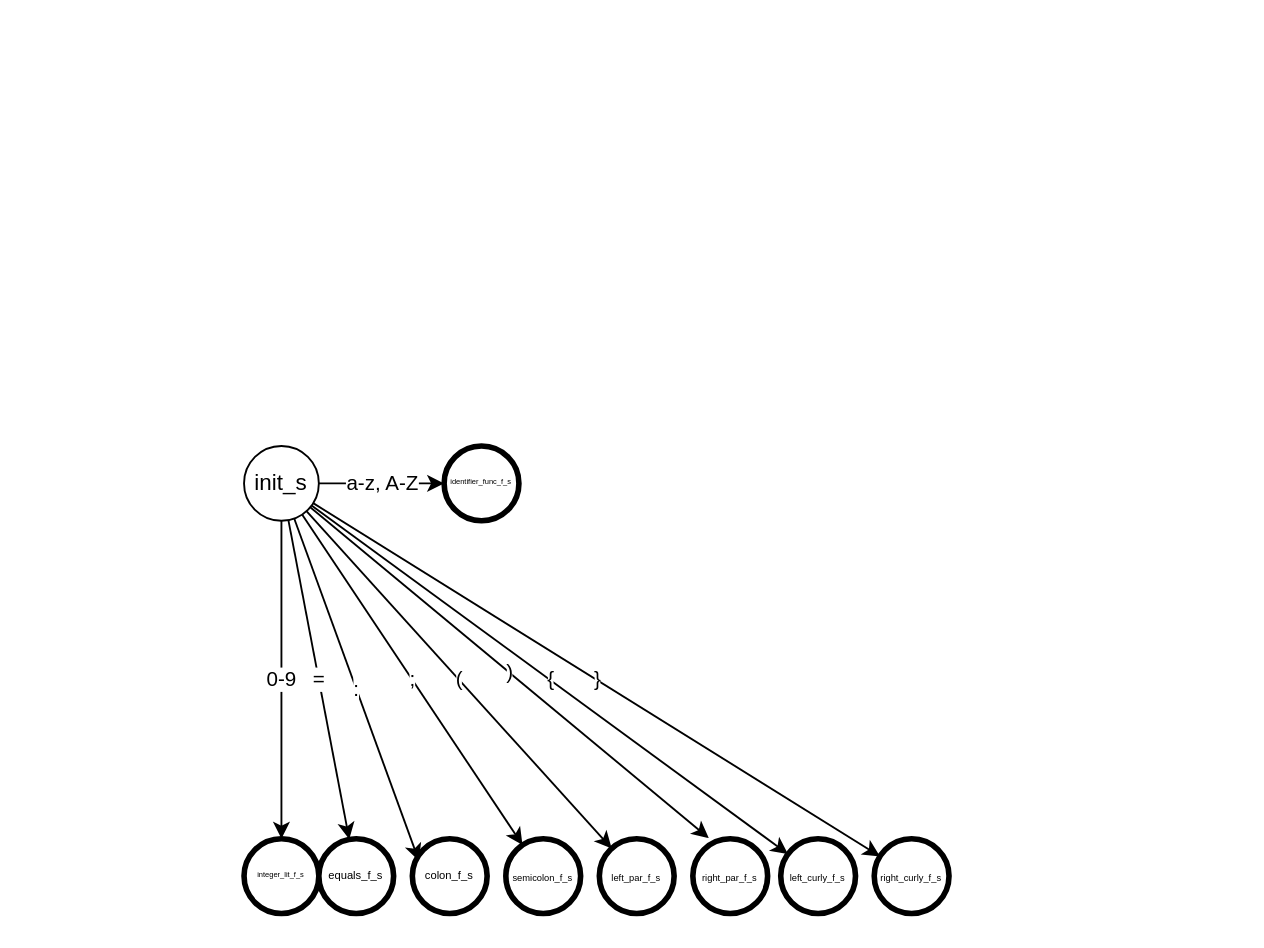
Before: automat.drawio in vlccek/IFJ22, a draw.io diagram. Source tidied: cells renumbered, new cells numbered last; positions are measured from the earlier drawing's top-left corner, leaving out a move shared by most shapes. Both pictures are drawn from the tidied source at 187%, with x=0, y=0 at pixel (243, 445).
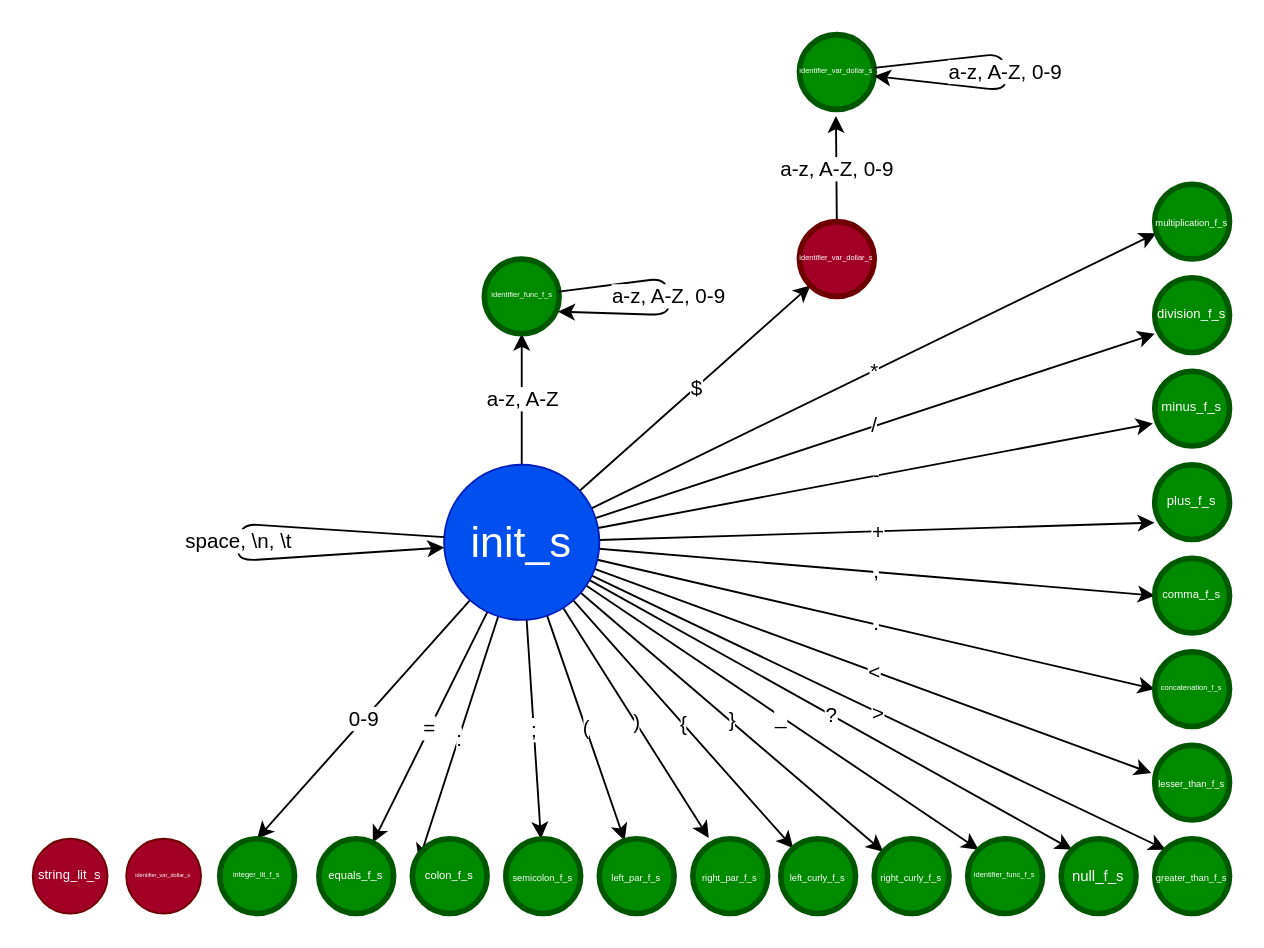
Above is the later version.

Commit message:
second commit for good measure

Diff of the diagram source:
```diff
@@
-    <mxCell id="2" value="a-z, A-Z" style="edgeStyle=none;html=1;entryX=0;entryY=0.5;entryDx=0;entryDy=0;" parent="1" edge="1" source="11" target="12">
+    <mxCell id="2" value="a-z, A-Z" style="edgeStyle=none;html=1;entryX=0.5;entryY=1;entryDx=0;entryDy=0;" parent="1" edge="1" source="11" target="12">
       <mxGeometry relative="1" as="geometry" />
     </mxCell>
-    <mxCell id="3" value="0-9" style="edgeStyle=none;html=1;exitX=0.5;exitY=1;exitDx=0;exitDy=0;entryX=0.5;entryY=0;entryDx=0;entryDy=0;fontSize=11;" parent="1" edge="1" source="11" target="13">
+    <mxCell id="3" value="0-9" style="edgeStyle=none;html=1;entryX=0.5;entryY=0;entryDx=0;entryDy=0;fontSize=11;" parent="1" edge="1" source="11" target="13">
       <mxGeometry relative="1" as="geometry" />
     </mxCell>
@@
+    <mxCell id="21" value="_" style="edgeStyle=none;html=1;entryX=0;entryY=0;entryDx=0;entryDy=0;fontSize=11;" parent="1" edge="1" source="11" target="33">
+      <mxGeometry relative="1" as="geometry" />
+    </mxCell>
+    <mxCell id="22" value="?" style="edgeStyle=none;html=1;entryX=0;entryY=0;entryDx=0;entryDy=0;fontSize=11;" parent="1" edge="1" source="11" target="34">
+      <mxGeometry relative="1" as="geometry" />
+    </mxCell>
+    <mxCell id="23" value="&amp;gt;" style="edgeStyle=none;html=1;entryX=0;entryY=0;entryDx=0;entryDy=0;fontSize=11;" parent="1" edge="1" source="11" target="35">
+      <mxGeometry relative="1" as="geometry" />
+    </mxCell>
+    <mxCell id="24" value="&amp;lt;" style="edgeStyle=none;html=1;entryX=-0.046;entryY=0.373;entryDx=0;entryDy=0;entryPerimeter=0;fontSize=11;" parent="1" edge="1" source="11" target="43">
+      <mxGeometry relative="1" as="geometry" />
+    </mxCell>
+    <mxCell id="25" value="." style="edgeStyle=none;html=1;entryX=0;entryY=0.5;entryDx=0;entryDy=0;fontSize=11;" parent="1" edge="1" source="11" target="37">
+      <mxGeometry relative="1" as="geometry" />
+    </mxCell>
+    <mxCell id="26" value="," style="edgeStyle=none;html=1;entryX=0;entryY=0.5;entryDx=0;entryDy=0;fontSize=11;" parent="1" edge="1" source="11" target="38">
+      <mxGeometry relative="1" as="geometry" />
+    </mxCell>
+    <mxCell id="27" value="+" style="edgeStyle=none;html=1;entryX=-0.002;entryY=0.775;entryDx=0;entryDy=0;entryPerimeter=0;fontSize=11;" parent="1" edge="1" source="11" target="39">
+      <mxGeometry relative="1" as="geometry" />
+    </mxCell>
+    <mxCell id="28" value="-" style="edgeStyle=none;html=1;entryX=-0.024;entryY=0.699;entryDx=0;entryDy=0;entryPerimeter=0;fontSize=11;" parent="1" edge="1" source="11" target="40">
+      <mxGeometry relative="1" as="geometry" />
+    </mxCell>
+    <mxCell id="29" value="/" style="edgeStyle=none;html=1;entryX=0;entryY=0.75;entryDx=0;entryDy=0;entryPerimeter=0;fontSize=11;" parent="1" edge="1" source="11" target="41">
+      <mxGeometry relative="1" as="geometry" />
+    </mxCell>
+    <mxCell id="30" value="*" style="edgeStyle=none;html=1;entryX=0.02;entryY=0.655;entryDx=0;entryDy=0;entryPerimeter=0;fontSize=11;" parent="1" edge="1" source="11" target="42">
+      <mxGeometry relative="1" as="geometry" />
+    </mxCell>
+    <mxCell id="31" value="$" style="edgeStyle=none;html=1;entryX=0;entryY=1;entryDx=0;entryDy=0;fontSize=11;" parent="1" edge="1" source="11" target="47">
+      <mxGeometry relative="1" as="geometry" />
+    </mxCell>
-    <mxCell id="11" value="init_s" style="ellipse;whiteSpace=wrap;html=1;strokeWidth=1;" parent="1" vertex="1">
-      <mxGeometry width="40" height="40" as="geometry" />
+    <mxCell id="11" value="init_s" style="ellipse;whiteSpace=wrap;html=1;strokeWidth=1;fontSize=23;fillColor=#0050ef;fontColor=#ffffff;strokeColor=#001DBC;" parent="1" vertex="1">
+      <mxGeometry x="107" y="10" width="83" height="83" as="geometry" />
     </mxCell>
-    <mxCell id="12" value="identifier_func_f_s" style="ellipse;whiteSpace=wrap;html=1;fontSize=4;fontStyle=0;gradientColor=none;strokeWidth=3;perimeterSpacing=0;" parent="1" vertex="1">
-      <mxGeometry x="107" width="40" height="40" as="geometry" />
+    <mxCell id="12" value="identifier_func_f_s" style="ellipse;whiteSpace=wrap;html=1;fontSize=4;fontStyle=0;strokeWidth=3;perimeterSpacing=0;fillColor=#008a00;fontColor=#ffffff;strokeColor=#005700;" parent="1" vertex="1">
+      <mxGeometry x="128.5" y="-100" width="40" height="40" as="geometry" />
     </mxCell>
-    <mxCell id="13" value="integer_lit_f_s" style="ellipse;whiteSpace=wrap;html=1;strokeWidth=3;fontSize=4;" parent="1" vertex="1">
-      <mxGeometry y="210" width="40" height="40" as="geometry" />
+    <mxCell id="13" value="integer_lit_f_s" style="ellipse;whiteSpace=wrap;html=1;strokeWidth=3;fontSize=4;fillColor=#008a00;fontColor=#ffffff;strokeColor=#005700;" parent="1" vertex="1">
+      <mxGeometry x="-13" y="210" width="40" height="40" as="geometry" />
     </mxCell>
-    <mxCell id="14" value="equals_f_s" style="ellipse;whiteSpace=wrap;html=1;strokeWidth=3;fontSize=6;" parent="1" vertex="1">
+    <mxCell id="14" value="equals_f_s" style="ellipse;whiteSpace=wrap;html=1;strokeWidth=3;fontSize=6;fillColor=#008a00;fontColor=#ffffff;strokeColor=#005700;" parent="1" vertex="1">
       <mxGeometry x="40" y="210" width="40" height="40" as="geometry" />
     </mxCell>
-    <mxCell id="15" value="colon_f_s" style="ellipse;whiteSpace=wrap;html=1;strokeWidth=3;fontSize=6;" parent="1" vertex="1">
+    <mxCell id="15" value="colon_f_s" style="ellipse;whiteSpace=wrap;html=1;strokeWidth=3;fontSize=6;fillColor=#008a00;fontColor=#ffffff;strokeColor=#005700;" parent="1" vertex="1">
       <mxGeometry x="90" y="210" width="40" height="40" as="geometry" />
     </mxCell>
-    <mxCell id="16" value="semicolon_f_s" style="ellipse;whiteSpace=wrap;html=1;strokeWidth=3;fontSize=5;" parent="1" vertex="1">
+    <mxCell id="16" value="semicolon_f_s" style="ellipse;whiteSpace=wrap;html=1;strokeWidth=3;fontSize=5;fillColor=#008a00;fontColor=#ffffff;strokeColor=#005700;" parent="1" vertex="1">
       <mxGeometry x="140" y="210" width="40" height="40" as="geometry" />
     </mxCell>
-    <mxCell id="17" value="left_par_f_s" style="ellipse;whiteSpace=wrap;html=1;strokeWidth=3;fontSize=5;" parent="1" vertex="1">
+    <mxCell id="17" value="left_par_f_s" style="ellipse;whiteSpace=wrap;html=1;strokeWidth=3;fontSize=5;fillColor=#008a00;fontColor=#ffffff;strokeColor=#005700;" parent="1" vertex="1">
       <mxGeometry x="190" y="210" width="40" height="40" as="geometry" />
     </mxCell>
-    <mxCell id="18" value="right_par_f_s" style="ellipse;whiteSpace=wrap;html=1;strokeWidth=3;fontSize=5;" parent="1" vertex="1">
+    <mxCell id="18" value="right_par_f_s" style="ellipse;whiteSpace=wrap;html=1;strokeWidth=3;fontSize=5;fillColor=#008a00;fontColor=#ffffff;strokeColor=#005700;" parent="1" vertex="1">
       <mxGeometry x="240" y="210" width="40" height="40" as="geometry" />
     </mxCell>
-    <mxCell id="19" value="left_curly_f_s" style="ellipse;whiteSpace=wrap;html=1;strokeWidth=3;fontSize=5;" parent="1" vertex="1">
+    <mxCell id="19" value="left_curly_f_s" style="ellipse;whiteSpace=wrap;html=1;strokeWidth=3;fontSize=5;fillColor=#008a00;fontColor=#ffffff;strokeColor=#005700;" parent="1" vertex="1">
       <mxGeometry x="287" y="210" width="40" height="40" as="geometry" />
     </mxCell>
-    <mxCell id="20" value="right_curly_f_s" style="ellipse;whiteSpace=wrap;html=1;strokeWidth=3;fontSize=5;" parent="1" vertex="1">
+    <mxCell id="20" value="right_curly_f_s" style="ellipse;whiteSpace=wrap;html=1;strokeWidth=3;fontSize=5;fillColor=#008a00;fontColor=#ffffff;strokeColor=#005700;" parent="1" vertex="1">
       <mxGeometry x="337" y="210" width="40" height="40" as="geometry" />
     </mxCell>
+    <mxCell id="32" value="identifier_var_dollar_s" style="ellipse;whiteSpace=wrap;html=1;strokeWidth=1;fontSize=3;fillColor=#a20025;fontColor=#ffffff;strokeColor=#6F0000;" parent="1" vertex="1">
+      <mxGeometry x="-63" y="210" width="40" height="40" as="geometry" />
+    </mxCell>
+    <mxCell id="33" value="identifier_func_f_s" style="ellipse;whiteSpace=wrap;html=1;strokeWidth=3;fontSize=4;fillColor=#008a00;fontColor=#ffffff;strokeColor=#005700;" parent="1" vertex="1">
+      <mxGeometry x="387" y="210" width="40" height="40" as="geometry" />
+    </mxCell>
+    <mxCell id="34" value="null_f_s" style="ellipse;whiteSpace=wrap;html=1;strokeWidth=3;fontSize=8;fillColor=#008a00;fontColor=#ffffff;strokeColor=#005700;" parent="1" vertex="1">
+      <mxGeometry x="437" y="210" width="40" height="40" as="geometry" />
+    </mxCell>
+    <mxCell id="35" value="greater_than_f_s" style="ellipse;whiteSpace=wrap;html=1;strokeWidth=3;fontSize=5;fillColor=#008a00;fontColor=#ffffff;strokeColor=#005700;" parent="1" vertex="1">
+      <mxGeometry x="487" y="210" width="40" height="40" as="geometry" />
+    </mxCell>
+    <mxCell id="36" value="string_lit_s" style="ellipse;whiteSpace=wrap;html=1;strokeWidth=1;fontSize=7;fillColor=#a20025;fontColor=#ffffff;strokeColor=#6F0000;" parent="1" vertex="1">
+      <mxGeometry x="-113" y="210" width="40" height="40" as="geometry" />
+    </mxCell>
+    <mxCell id="37" value="concatenation_f_s" style="ellipse;whiteSpace=wrap;html=1;strokeWidth=3;fontSize=4;fillColor=#008a00;fontColor=#ffffff;strokeColor=#005700;" parent="1" vertex="1">
+      <mxGeometry x="487" y="110" width="40" height="40" as="geometry" />
+    </mxCell>
+    <mxCell id="38" value="comma_f_s" style="ellipse;whiteSpace=wrap;html=1;strokeWidth=3;fontSize=6;fillColor=#008a00;fontColor=#ffffff;strokeColor=#005700;" parent="1" vertex="1">
+      <mxGeometry x="487" y="60" width="40" height="40" as="geometry" />
+    </mxCell>
+    <mxCell id="39" value="plus_f_s" style="ellipse;whiteSpace=wrap;html=1;strokeWidth=3;fontSize=7;fillColor=#008a00;fontColor=#ffffff;strokeColor=#005700;" parent="1" vertex="1">
+      <mxGeometry x="487" y="10" width="40" height="40" as="geometry" />
+    </mxCell>
+    <mxCell id="40" value="minus_f_s" style="ellipse;whiteSpace=wrap;html=1;strokeWidth=3;fontSize=7;fillColor=#008a00;fontColor=#ffffff;strokeColor=#005700;" parent="1" vertex="1">
+      <mxGeometry x="487" y="-40" width="40" height="40" as="geometry" />
+    </mxCell>
+    <mxCell id="41" value="division_f_s" style="ellipse;whiteSpace=wrap;html=1;strokeWidth=3;fontSize=7;fillColor=#008a00;fontColor=#ffffff;strokeColor=#005700;" parent="1" vertex="1">
+      <mxGeometry x="487" y="-90" width="40" height="40" as="geometry" />
+    </mxCell>
+    <mxCell id="42" value="multiplication_f_s" style="ellipse;whiteSpace=wrap;html=1;strokeWidth=3;fontSize=5;fillColor=#008a00;fontColor=#ffffff;strokeColor=#005700;" parent="1" vertex="1">
+      <mxGeometry x="487" y="-140" width="40" height="40" as="geometry" />
+    </mxCell>
+    <mxCell id="43" value="lesser_than_f_s" style="ellipse;whiteSpace=wrap;html=1;strokeWidth=3;fontSize=5;fillColor=#008a00;fontColor=#ffffff;strokeColor=#005700;" parent="1" vertex="1">
+      <mxGeometry x="487" y="160" width="40" height="40" as="geometry" />
+    </mxCell>
+    <mxCell id="44" value="a-z, A-Z, 0-9" style="edgeStyle=none;html=1;entryX=0.986;entryY=0.704;entryDx=0;entryDy=0;entryPerimeter=0;fontSize=11;" parent="1" edge="1" source="12" target="12">
+      <mxGeometry relative="1" as="geometry">
+        <Array as="points">
+          <mxPoint x="227" y="-70" />
+        </Array>
+      </mxGeometry>
+    </mxCell>
+    <mxCell id="45" value="space, \n, \t" style="edgeStyle=none;html=1;fontSize=11;" parent="1" edge="1" source="11" target="11">
+      <mxGeometry relative="1" as="geometry">
+        <Array as="points">
+          <mxPoint x="-3" y="51" />
+        </Array>
+      </mxGeometry>
+    </mxCell>
+    <mxCell id="46" value="a-z, A-Z, 0-9" style="edgeStyle=none;html=1;entryX=0.488;entryY=1.088;entryDx=0;entryDy=0;entryPerimeter=0;fontSize=11;" parent="1" edge="1" source="47" target="48">
+      <mxGeometry relative="1" as="geometry" />
+    </mxCell>
+    <mxCell id="47" value="identifier_var_dollar_s" style="ellipse;whiteSpace=wrap;html=1;strokeWidth=3;fontSize=4;fillColor=#a20025;fontColor=#ffffff;strokeColor=#6F0000;" parent="1" vertex="1">
+      <mxGeometry x="297" y="-120" width="40" height="40" as="geometry" />
+    </mxCell>
+    <mxCell id="48" value="identifier_var_dollar_s" style="ellipse;whiteSpace=wrap;html=1;strokeWidth=3;fontSize=4;fillColor=#008a00;fontColor=#ffffff;strokeColor=#005700;" parent="1" vertex="1">
+      <mxGeometry x="297" y="-220" width="40" height="40" as="geometry" />
+    </mxCell>
+    <mxCell id="49" value="a-z, A-Z, 0-9" style="edgeStyle=none;html=1;fontSize=11;" parent="1" edge="1" source="48" target="48">
+      <mxGeometry relative="1" as="geometry">
+        <Array as="points">
+          <mxPoint x="407" y="-200" />
+        </Array>
+      </mxGeometry>
+    </mxCell>
```
